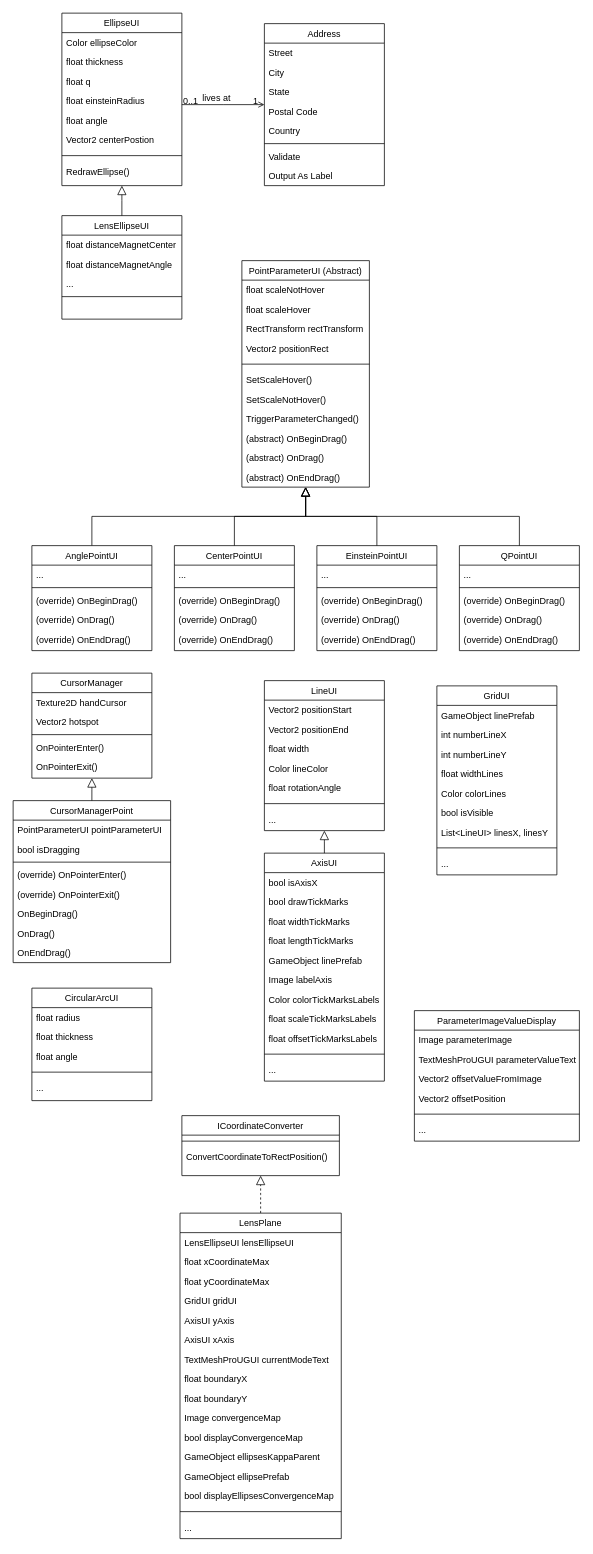
This is IGLOO_Diagram.drawio from shoutizix/DiagramIGLOO, a draw.io file, before an edit. Source tidied: cells renumbered, new cells numbered last; positions are measured from the earlier drawing's top-left corner, leaving out a move shared by most shapes. Both pictures are drawn from the tidied source at 75%, with x=0, y=0 at pixel (13, 13).
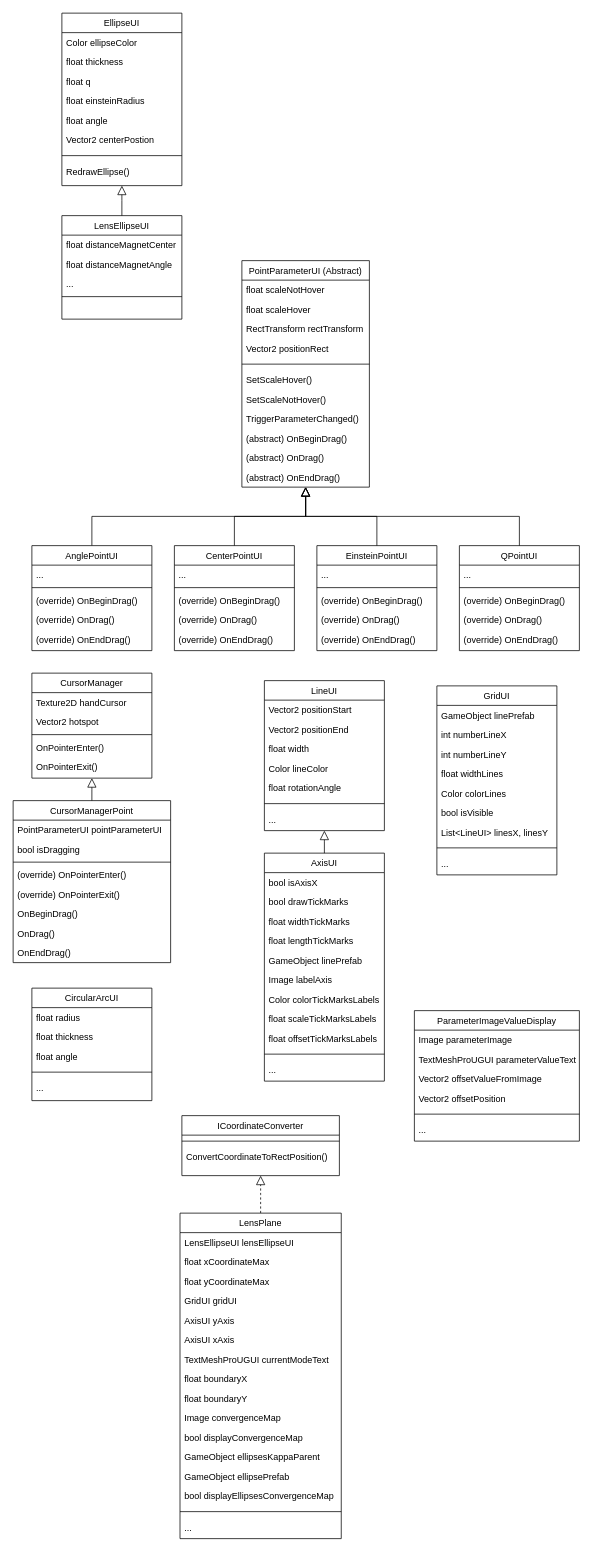
After the change.

Commit message:
Removed Useless class

The change refers to these unchanged cells:
```xml
<mxCell id="2" value="EllipseUI" style="swimlane;fontStyle=0;align=center;verticalAlign=top;horizontal=1;startSize=26;rounded=0;shadow=0;strokeWidth=1;" parent="1" vertex="1">
  <mxGeometry x="65" width="160" height="230" as="geometry" />
</mxCell>
```

Diff of the diagram source:
```diff
@@
-    <mxCell id="17" value="Address" style="swimlane;fontStyle=0;align=center;verticalAlign=top;horizontal=1;startSize=26;rounded=0;shadow=0;strokeWidth=1;" parent="1" vertex="1">
-      <mxGeometry x="335" y="14" width="160" height="216" as="geometry" />
-    </mxCell>
-    <mxCell id="18" value="Street" style="text;align=left;verticalAlign=top;spacingLeft=4;spacingRight=4;overflow=hidden;" parent="17" vertex="1">
-      <mxGeometry y="26" width="160" height="26" as="geometry" />
-    </mxCell>
-    <mxCell id="19" value="City" style="text;align=left;verticalAlign=top;spacingLeft=4;spacingRight=4;overflow=hidden;rounded=0;shadow=0;html=0;" parent="17" vertex="1">
-      <mxGeometry y="52" width="160" height="26" as="geometry" />
-    </mxCell>
-    <mxCell id="20" value="State" style="text;align=left;verticalAlign=top;spacingLeft=4;spacingRight=4;overflow=hidden;rounded=0;shadow=0;html=0;" parent="17" vertex="1">
-      <mxGeometry y="78" width="160" height="26" as="geometry" />
-    </mxCell>
-    <mxCell id="21" value="Postal Code" style="text;align=left;verticalAlign=top;spacingLeft=4;spacingRight=4;overflow=hidden;rounded=0;shadow=0;html=0;" parent="17" vertex="1">
-      <mxGeometry y="104" width="160" height="26" as="geometry" />
-    </mxCell>
-    <mxCell id="22" value="Country" style="text;align=left;verticalAlign=top;spacingLeft=4;spacingRight=4;overflow=hidden;rounded=0;shadow=0;html=0;" parent="17" vertex="1">
-      <mxGeometry y="130" width="160" height="26" as="geometry" />
-    </mxCell>
-    <mxCell id="23" style="line;html=1;strokeWidth=1;align=left;verticalAlign=middle;spacingTop=-1;spacingLeft=3;spacingRight=3;labelPosition=right;" parent="17" vertex="1">
-      <mxGeometry y="156" width="160" height="8" as="geometry" />
-    </mxCell>
-    <mxCell id="24" value="Validate" style="text;align=left;verticalAlign=top;spacingLeft=4;spacingRight=4;overflow=hidden;" parent="17" vertex="1">
-      <mxGeometry y="164" width="160" height="26" as="geometry" />
-    </mxCell>
-    <mxCell id="25" value="Output As Label" style="text;align=left;verticalAlign=top;spacingLeft=4;spacingRight=4;overflow=hidden;" parent="17" vertex="1">
-      <mxGeometry y="190" width="160" height="26" as="geometry" />
-    </mxCell>
-    <mxCell id="26" style="endArrow=open;shadow=0;strokeWidth=1;rounded=0;endFill=1;edgeStyle=elbowEdgeStyle;elbow=vertical;" parent="1" edge="1" source="2" target="17">
-      <mxGeometry x="0.5" y="41" relative="1" as="geometry">
-        <mxPoint x="-40" y="32" as="offset" />
-      </mxGeometry>
-    </mxCell>
-    <mxCell id="27" value="0..1" style="align=left;verticalAlign=bottom;labelBackgroundColor=none;fontSize=12;" parent="26" vertex="1">
-      <mxGeometry x="-1" relative="1" as="geometry">
-        <mxPoint y="4" as="offset" />
-      </mxGeometry>
-    </mxCell>
-    <mxCell id="28" value="1" style="align=right;verticalAlign=bottom;labelBackgroundColor=none;fontSize=12;" parent="26" vertex="1">
-      <mxGeometry x="1" relative="1" as="geometry">
-        <mxPoint x="-7" y="4" as="offset" />
-      </mxGeometry>
-    </mxCell>
-    <mxCell id="29" value="lives at" style="text;html=1;align=center;verticalAlign=middle;labelBackgroundColor=none;rounded=0;shadow=0;strokeWidth=1;fontSize=12;" parent="26" vertex="1">
-      <mxGeometry x="0.5" y="49" relative="1" as="geometry">
-        <mxPoint x="-38" y="40" as="offset" />
-      </mxGeometry>
-    </mxCell>
```
